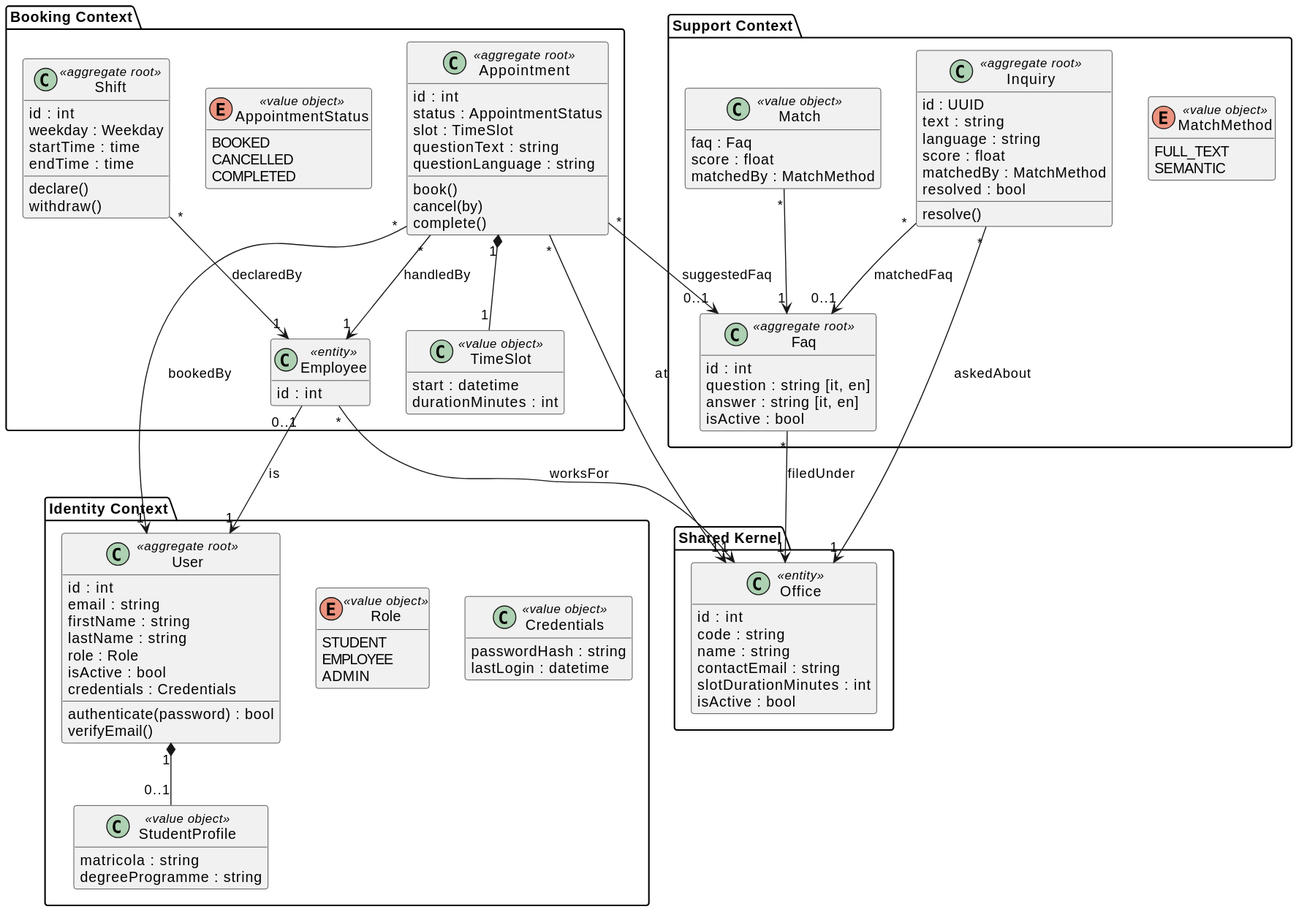
unibo-dtm-se-2526-PRONTO/report keeps this PlantUML diagram as sections/03-design/assets/class-diagram.svg. Above is the earlier version.
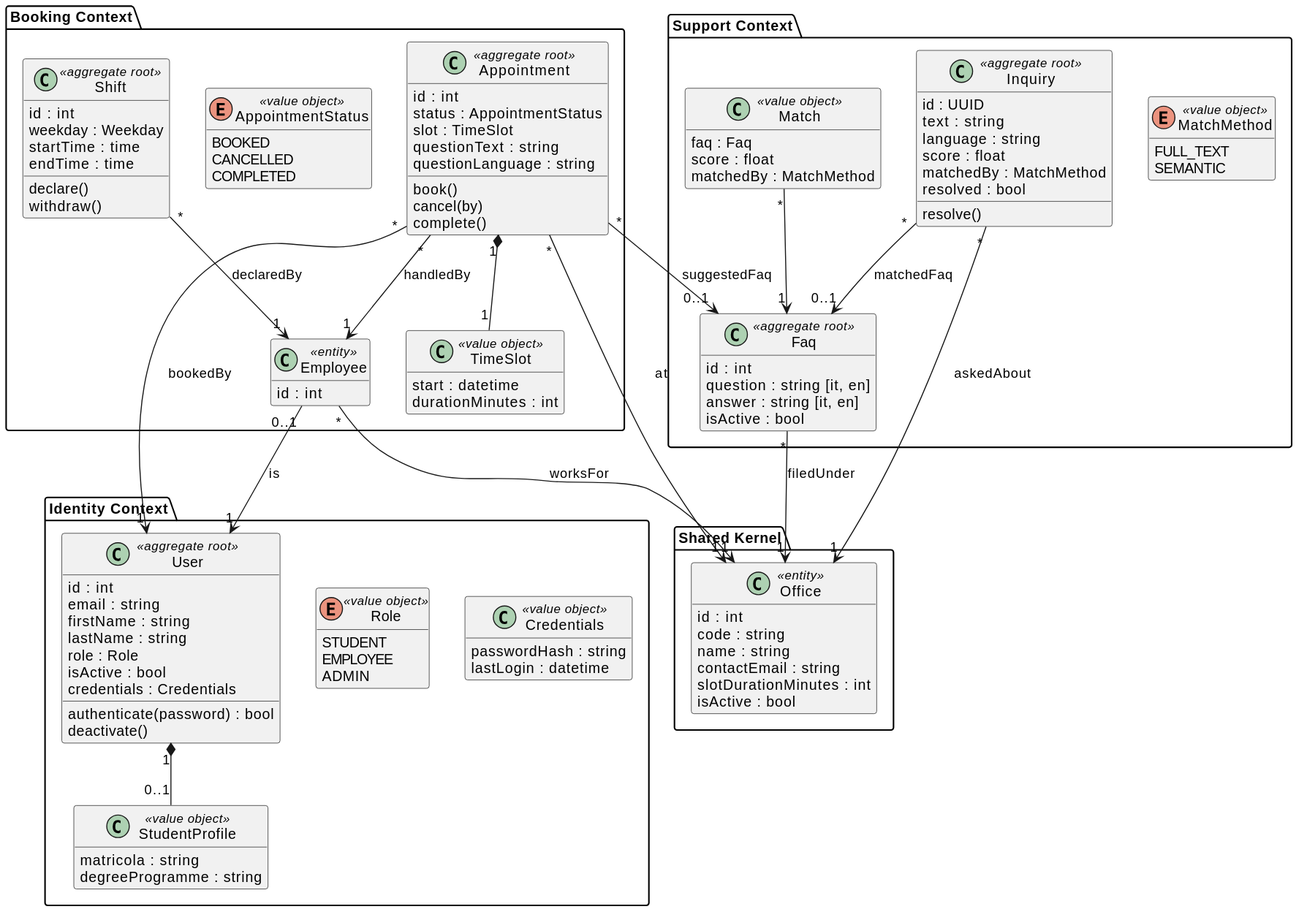
After the commit.

Change to the diagram source:
```diff
@@ -12,7 +12,7 @@
     isActive : bool
     credentials : Credentials
     authenticate(password) : bool
-    verifyEmail()
+    deactivate()
   }
 
   enum Role <<value object>> {
```
